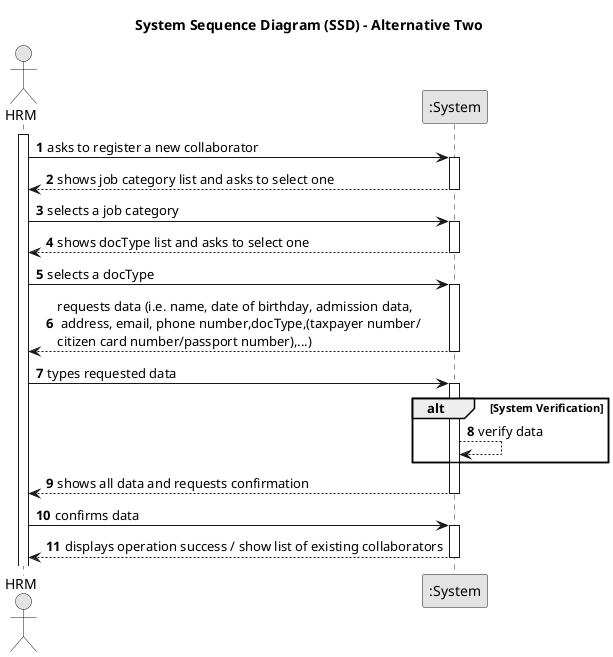
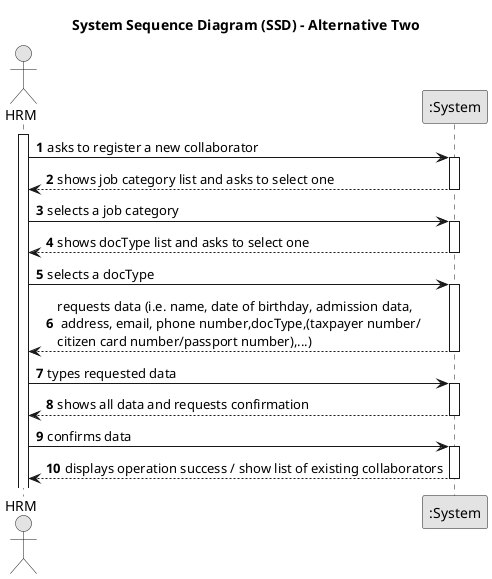
@startuml
skinparam monochrome true
skinparam packageStyle rectangle
skinparam shadowing false

title System Sequence Diagram (SSD) - Alternative Two

autonumber

actor "HRM" as Manager
participant ":System" as System

activate Manager

    Manager -> System : asks to register a new collaborator
    activate System

        System --> Manager : shows job category list and asks to select one
    deactivate System

    Manager -> System : selects a job category
    activate System

     System --> Manager : shows docType list and asks to select one
        deactivate System

        Manager -> System : selects a docType
        activate System

        System --> Manager : requests data (i.e. name, date of birthday, admission data,\n address, email, phone number,docType,(taxpayer number/\ncitizen card number/passport number),...)
    deactivate System

    Manager -> System : types requested data
    activate System
-     alt System Verification
-     System --> System : verify data
-     end
+ 
        System --> Manager :shows all data and requests confirmation
    deactivate System

    Manager -> System : confirms data
    activate System

        System --> Manager : displays operation success / show list of existing collaborators
    deactivate System
@enduml